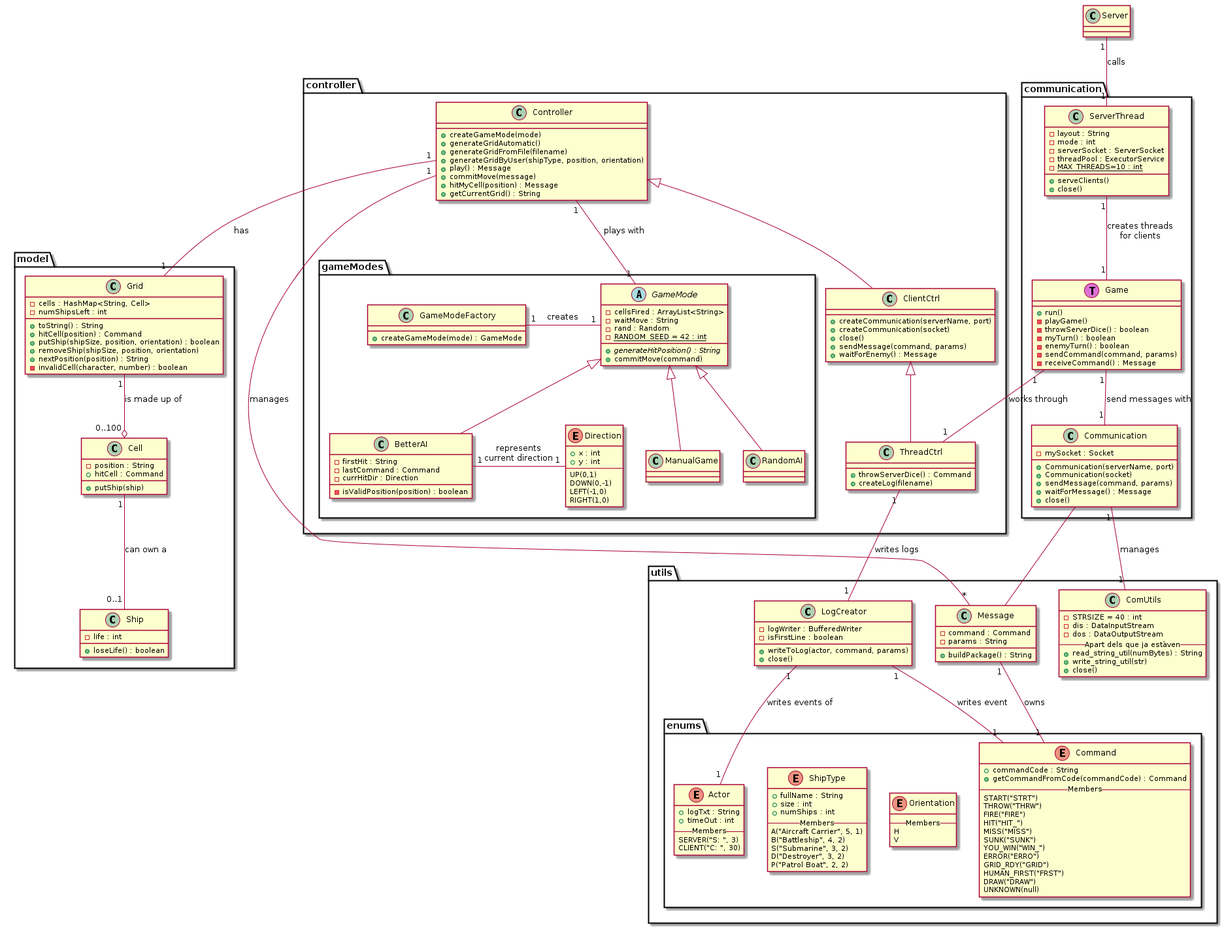
Above: diagrams/class-diagrams/threadsClasses.png in Solero93/DistributedSoftwareDevelopment (PlantUML), before the change.
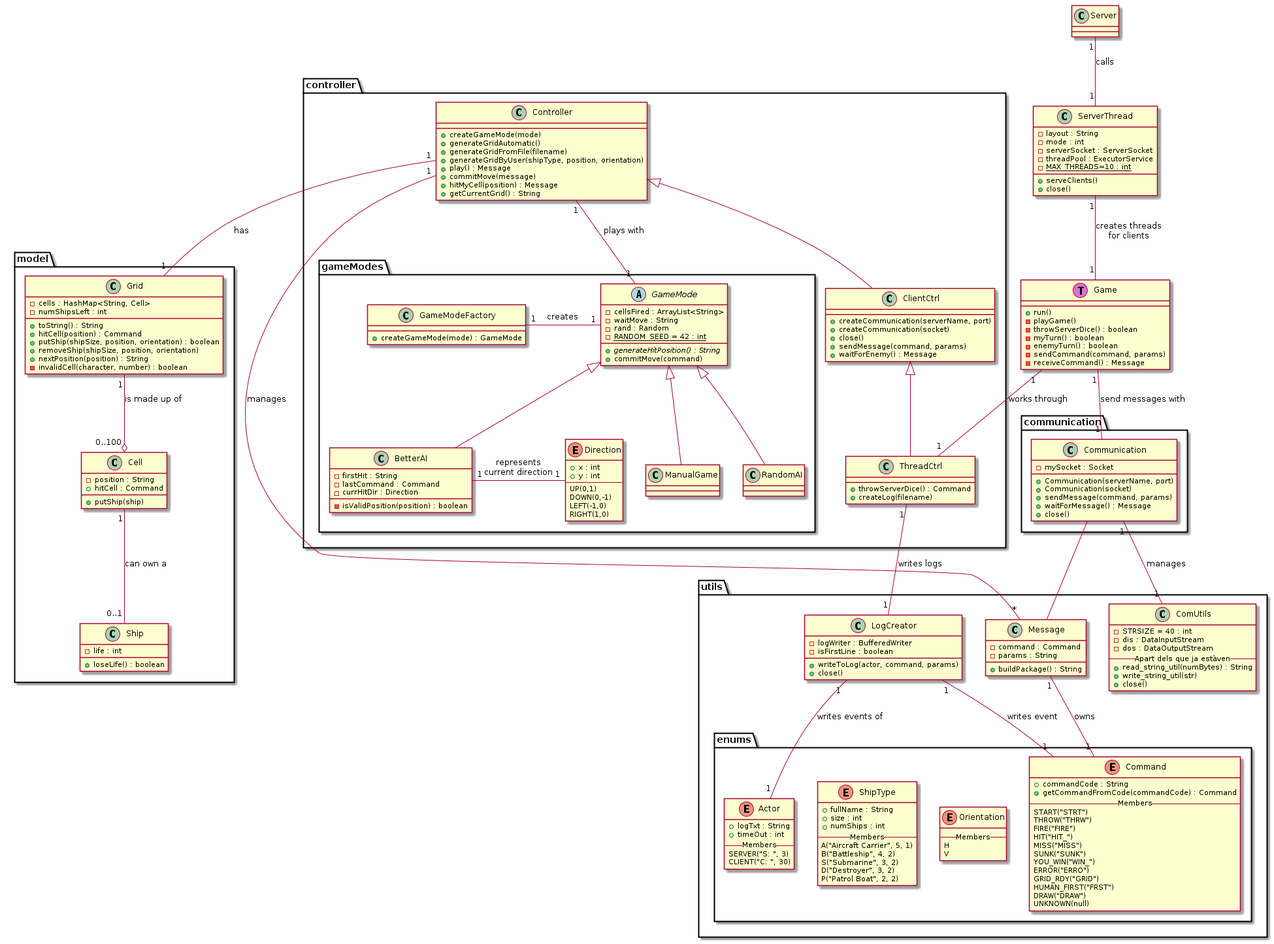
Above is the later version.

The edit, as a diff of the source:
```diff
@@ -199,36 +199,34 @@
 	ThreadCtrl "1" -- "1" LogCreator : writes logs
 }
 
-package communication {
-	class ServerThread {
-		-layout : String
-		-mode : int
-		-serverSocket : ServerSocket
-		-threadPool : ExecutorService
-		-{static}MAX_THREADS=10 : int
-		+serveClients()
-		+close()
-	}
 
-	class Game << (T,orchid) >> {
-		+run()
-		-playGame()
-		-throwServerDice() : boolean
-		-myTurn() : boolean
-		-enemyTurn() : boolean
-		-sendCommand(command, params)
-		-receiveCommand() : Message
-	}
+class ServerThread {
+	-layout : String
+	-mode : int
+	-serverSocket : ServerSocket
+	-threadPool : ExecutorService
+	-{static}MAX_THREADS=10 : int
+	+serveClients()
+	+close()
+}
 
-	Game "1" -- "1" ThreadCtrl : works through
-	Game "1" -- "1" Communication : send messages with
-	ServerThread "1" -- "1" Game : creates threads\nfor clients
+class Game << (T,orchid) >> {
+	+run()
+	-playGame()
+	-throwServerDice() : boolean
+	-myTurn() : boolean
+	-enemyTurn() : boolean
+	-sendCommand(command, params)
+	-receiveCommand() : Message
 }
 
 class Server {
 
 }
 
+Game "1" -- "1" ThreadCtrl : works through
+Game "1" -- "1" Communication : send messages with
+ServerThread "1" -- "1" Game : creates threads\nfor clients
 Server "1" -- "1" ServerThread : calls
 
 @enduml
```
